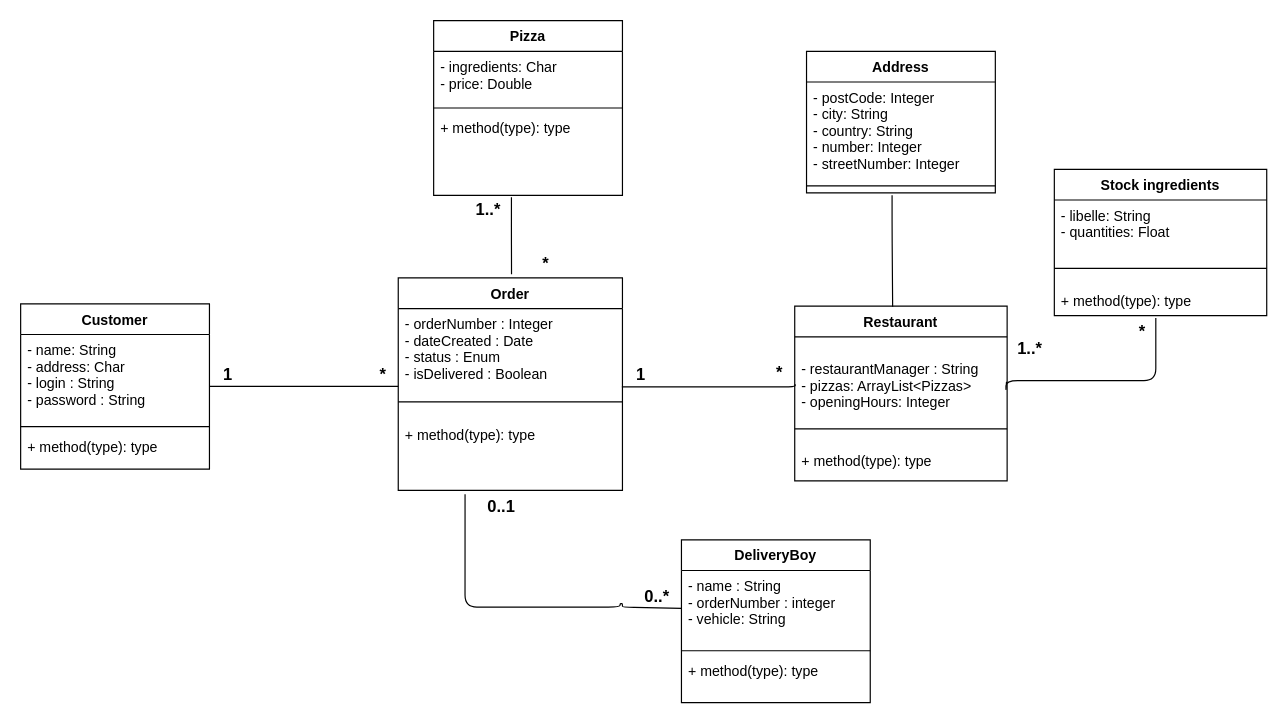
The draw.io diagram page "Diagramme de classe" (8 of 9) of P5-UseCase-definotion.drawio in Ketut38/OC-P5-Pizza, before the edit. Source tidied: cells renumbered, new cells numbered last; positions are measured from the earlier drawing's top-left corner, leaving out a move shared by most shapes. Both pictures are drawn from the tidied source at 118%, with x=0, y=0 at pixel (20, 20).
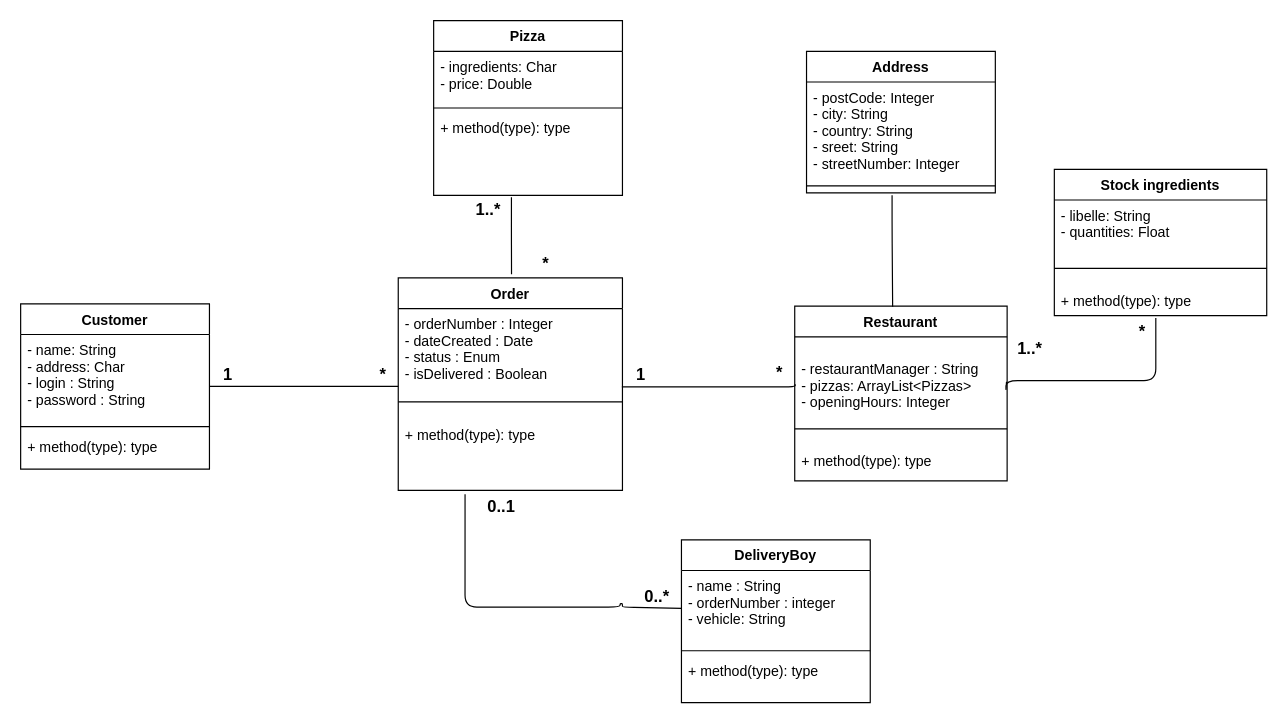
After the change.

Unchanged cells that the change refers to:
```xml
<mxCell id="35" value="Address" style="swimlane;fontStyle=1;align=center;verticalAlign=top;horizontal=1;startSize=26;" parent="1" vertex="1">
  <mxGeometry x="666" y="26" width="160" height="120" as="geometry" />
</mxCell>
```

Change to the diagram source:
```diff
@@
-    <mxCell id="36" value="- postCode: Integer&#10;- city: String&#10;- country: String&#10;- number: Integer&#10;- streetNumber: Integer" style="text;strokeColor=none;fillColor=none;align=left;verticalAlign=top;spacingLeft=4;spacingRight=4;overflow=hidden;" parent="35" vertex="1">
+    <mxCell id="36" value="- postCode: Integer&#10;- city: String&#10;- country: String&#10;- sreet: String&#10;- streetNumber: Integer" style="text;strokeColor=none;fillColor=none;align=left;verticalAlign=top;spacingLeft=4;spacingRight=4;overflow=hidden;" parent="35" vertex="1">
       <mxGeometry y="26" width="160" height="82" as="geometry" />
     </mxCell>
```
